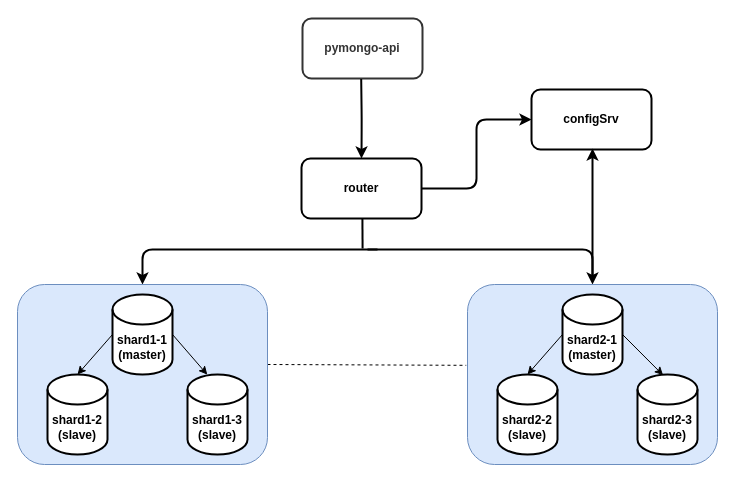
Maks-ks/architecture-sprint-2 keeps this draw.io diagram as scheme-2/scheme-2.drawio. Above is the earlier version. Source tidied: cells renumbered, new cells numbered last; positions are measured from the earlier drawing's top-left corner, leaving out a move shared by most shapes. Both pictures are drawn from the tidied source at 100%, with x=0, y=0 at pixel (17, 18).
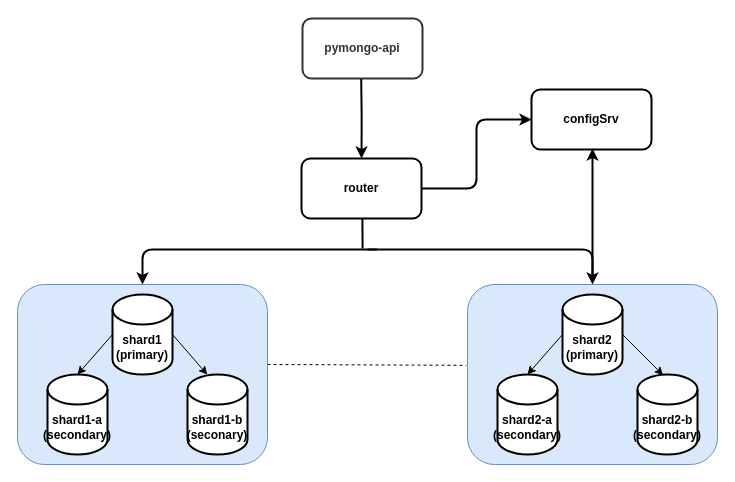
Above is the later version.

Change to the diagram source:
```diff
@@
-    <mxCell id="11" value="&lt;b&gt;shard1-1&lt;/b&gt;&lt;div&gt;&lt;b&gt;(master)&lt;/b&gt;&lt;/div&gt;" style="shape=cylinder3;whiteSpace=wrap;html=1;boundedLbl=1;backgroundOutline=1;size=15;strokeWidth=2;" parent="1" vertex="1">
+    <mxCell id="11" value="&lt;b&gt;shard1&lt;/b&gt;&lt;div&gt;&lt;b&gt;(primary)&lt;/b&gt;&lt;/div&gt;" style="shape=cylinder3;whiteSpace=wrap;html=1;boundedLbl=1;backgroundOutline=1;size=15;strokeWidth=2;" parent="1" vertex="1">
       <mxGeometry x="95" y="276" width="60" height="80" as="geometry" />
     </mxCell>
-    <mxCell id="12" value="&lt;b&gt;shard1-3&lt;/b&gt;&lt;div&gt;&lt;b&gt;(slave)&lt;/b&gt;&lt;/div&gt;" style="shape=cylinder3;whiteSpace=wrap;html=1;boundedLbl=1;backgroundOutline=1;size=15;strokeWidth=2;" parent="1" vertex="1">
+    <mxCell id="12" value="&lt;b&gt;shard1-b&lt;/b&gt;&lt;div&gt;&lt;b&gt;(seconary)&lt;/b&gt;&lt;/div&gt;" style="shape=cylinder3;whiteSpace=wrap;html=1;boundedLbl=1;backgroundOutline=1;size=15;strokeWidth=2;" parent="1" vertex="1">
       <mxGeometry x="170" y="356" width="60" height="80" as="geometry" />
     </mxCell>
-    <mxCell id="13" value="&lt;b&gt;shard1-2&lt;/b&gt;&lt;div&gt;&lt;b&gt;(slave)&lt;/b&gt;&lt;/div&gt;" style="shape=cylinder3;whiteSpace=wrap;html=1;boundedLbl=1;backgroundOutline=1;size=15;strokeWidth=2;" parent="1" vertex="1">
+    <mxCell id="13" value="&lt;b&gt;shard1-a&lt;/b&gt;&lt;div&gt;&lt;b&gt;(secondary)&lt;/b&gt;&lt;/div&gt;" style="shape=cylinder3;whiteSpace=wrap;html=1;boundedLbl=1;backgroundOutline=1;size=15;strokeWidth=2;" parent="1" vertex="1">
       <mxGeometry x="30" y="356" width="60" height="80" as="geometry" />
     </mxCell>
@@
-    <mxCell id="15" value="&lt;b&gt;shard2-1&lt;/b&gt;&lt;div&gt;&lt;b&gt;(master)&lt;/b&gt;&lt;/div&gt;" style="shape=cylinder3;whiteSpace=wrap;html=1;boundedLbl=1;backgroundOutline=1;size=15;strokeWidth=2;" parent="1" vertex="1">
+    <mxCell id="15" value="&lt;b&gt;shard2&lt;/b&gt;&lt;div&gt;&lt;b&gt;(primary)&lt;/b&gt;&lt;/div&gt;" style="shape=cylinder3;whiteSpace=wrap;html=1;boundedLbl=1;backgroundOutline=1;size=15;strokeWidth=2;" parent="1" vertex="1">
       <mxGeometry x="545" y="276" width="60" height="80" as="geometry" />
     </mxCell>
-    <mxCell id="16" value="&lt;b&gt;shard2-3&lt;/b&gt;&lt;div&gt;&lt;b&gt;(slave)&lt;/b&gt;&lt;/div&gt;" style="shape=cylinder3;whiteSpace=wrap;html=1;boundedLbl=1;backgroundOutline=1;size=15;strokeWidth=2;" parent="1" vertex="1">
+    <mxCell id="16" value="&lt;b&gt;shard2-b&lt;/b&gt;&lt;div&gt;&lt;b&gt;(secondary)&lt;/b&gt;&lt;/div&gt;" style="shape=cylinder3;whiteSpace=wrap;html=1;boundedLbl=1;backgroundOutline=1;size=15;strokeWidth=2;" parent="1" vertex="1">
       <mxGeometry x="620" y="356" width="60" height="80" as="geometry" />
     </mxCell>
-    <mxCell id="17" value="&lt;b&gt;shard2-2&lt;/b&gt;&lt;div&gt;&lt;b&gt;(slave)&lt;/b&gt;&lt;/div&gt;" style="shape=cylinder3;whiteSpace=wrap;html=1;boundedLbl=1;backgroundOutline=1;size=15;strokeWidth=2;" parent="1" vertex="1">
+    <mxCell id="17" value="&lt;b&gt;shard2-a&lt;/b&gt;&lt;div&gt;&lt;b&gt;(secondary)&lt;/b&gt;&lt;/div&gt;" style="shape=cylinder3;whiteSpace=wrap;html=1;boundedLbl=1;backgroundOutline=1;size=15;strokeWidth=2;" parent="1" vertex="1">
       <mxGeometry x="480" y="356" width="60" height="80" as="geometry" />
     </mxCell>
```
